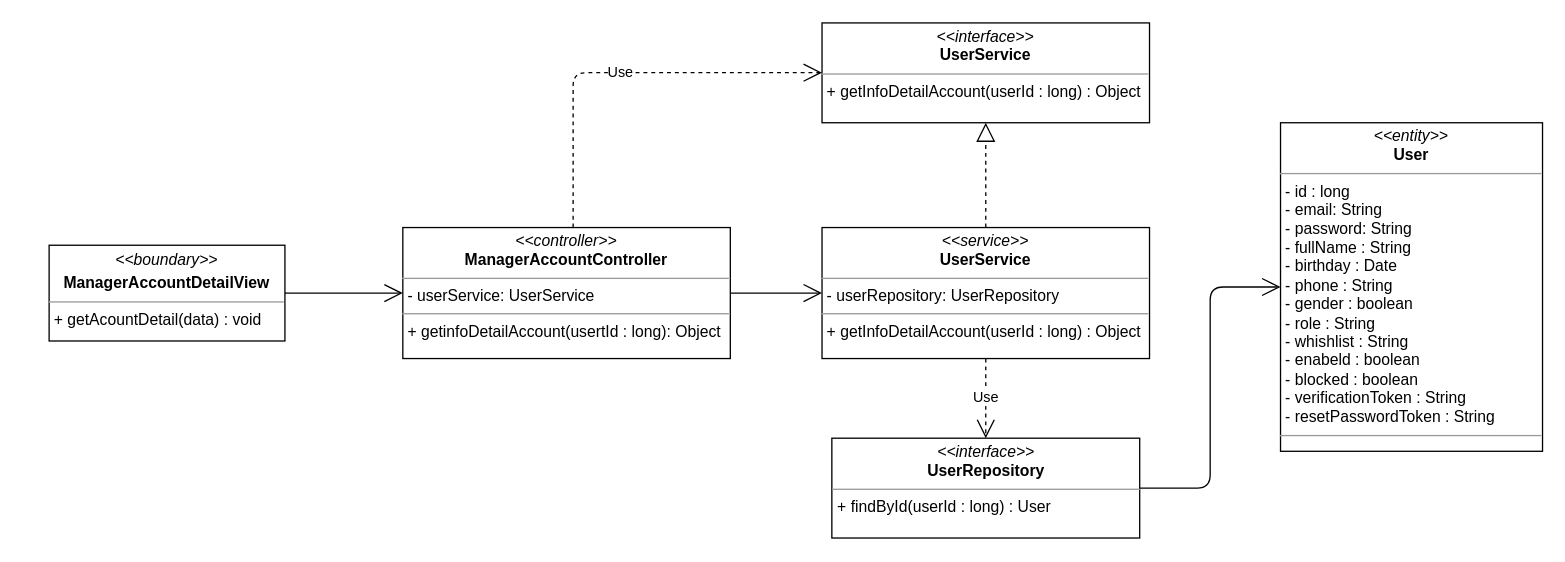
The draw.io diagram class diagram/manager-userDetail-class-diagram.drawio in nguyenphamvan/datn_20202, before the edit. Source tidied: cells renumbered, new cells numbered last; positions are measured from the earlier drawing's top-left corner, leaving out a move shared by most shapes. Both pictures are drawn from the tidied source at 131%, with x=0, y=0 at pixel (48, 22).
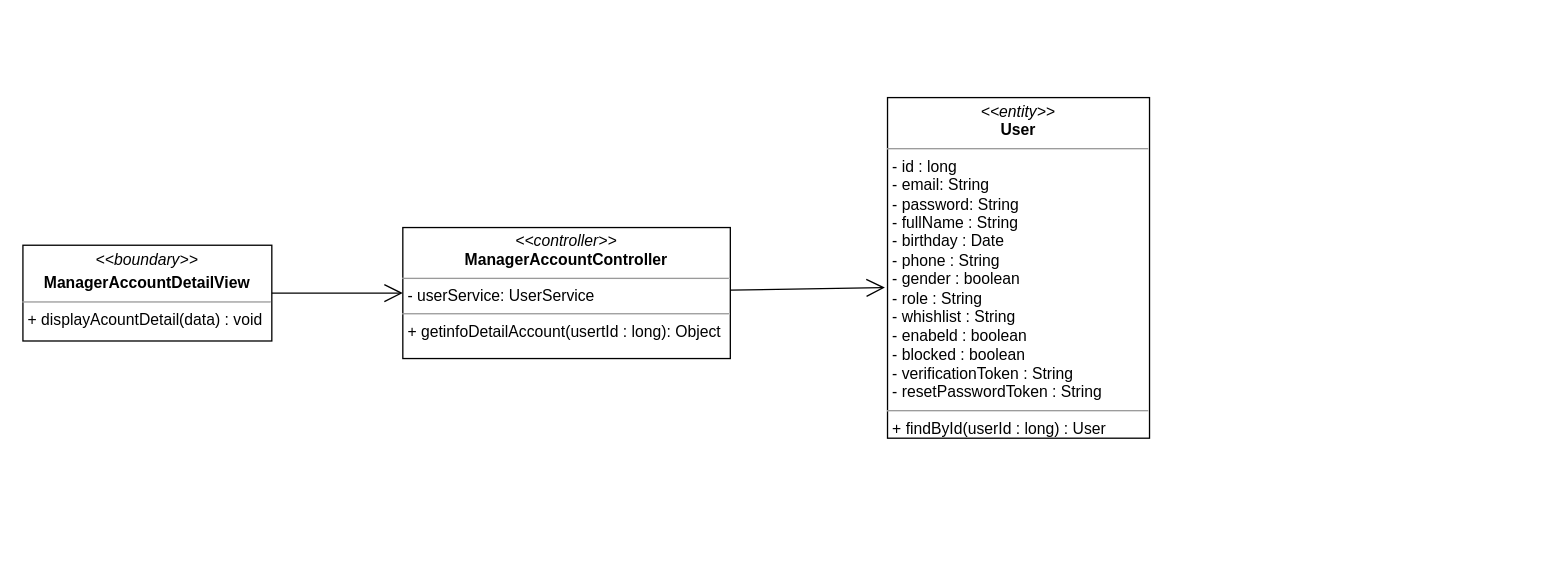
Above is the later version.

What changed in the source:
```diff
@@
 <mxGraphModel>
   <root>
     <mxCell id="0" />
     <mxCell id="1" parent="0" />
-    <mxCell id="2" value="&lt;p style=&quot;margin: 0px ; margin-top: 4px ; text-align: center&quot;&gt;&lt;i&gt;&amp;lt;&amp;lt;boundary&amp;gt;&amp;gt;&lt;/i&gt;&lt;/p&gt;&lt;p style=&quot;margin: 0px ; margin-top: 4px ; text-align: center&quot;&gt;&lt;b&gt;ManagerAccountDetailView&lt;/b&gt;&lt;/p&gt;&lt;hr size=&quot;1&quot;&gt;&lt;p style=&quot;margin: 0px ; margin-left: 4px&quot;&gt;&lt;span&gt;+ getAcountDetail(data) : void&lt;/span&gt;&lt;br&gt;&lt;/p&gt;" style="verticalAlign=top;align=left;overflow=fill;fontSize=12;fontFamily=Helvetica;html=1;" parent="1" vertex="1">
-      <mxGeometry y="169.7" width="180" height="73.1" as="geometry" />
+    <mxCell id="2" value="&lt;p style=&quot;margin: 0px ; margin-top: 4px ; text-align: center&quot;&gt;&lt;i&gt;&amp;lt;&amp;lt;boundary&amp;gt;&amp;gt;&lt;/i&gt;&lt;/p&gt;&lt;p style=&quot;margin: 0px ; margin-top: 4px ; text-align: center&quot;&gt;&lt;b&gt;ManagerAccountDetailView&lt;/b&gt;&lt;/p&gt;&lt;hr size=&quot;1&quot;&gt;&lt;p style=&quot;margin: 0px ; margin-left: 4px&quot;&gt;&lt;span&gt;+ displayAcountDetail(data) : void&lt;/span&gt;&lt;br&gt;&lt;/p&gt;" style="verticalAlign=top;align=left;overflow=fill;fontSize=12;fontFamily=Helvetica;html=1;" parent="1" vertex="1">
+      <mxGeometry x="-20" y="169.7" width="190" height="73.1" as="geometry" />
     </mxCell>
     <mxCell id="3" style="endArrow=open;endFill=1;endSize=12;html=1;entryX=0;entryY=0.5;entryDx=0;entryDy=0;exitX=1;exitY=0.5;exitDx=0;exitDy=0;" parent="1" edge="1" source="2" target="8">
       <mxGeometry relative="1" as="geometry" />
     </mxCell>
-    <mxCell id="4" style="endArrow=open;endFill=1;endSize=12;html=1;entryX=0;entryY=0.5;entryDx=0;entryDy=0;exitX=1;exitY=0.5;exitDx=0;exitDy=0;edgeStyle=orthogonalEdgeStyle;" parent="1" edge="1" source="6" target="5">
-      <mxGeometry relative="1" as="geometry" />
-    </mxCell>
-    <mxCell id="5" value="&lt;p style=&quot;margin: 0px ; margin-top: 4px ; text-align: center&quot;&gt;&lt;i&gt;&amp;lt;&amp;lt;entity&amp;gt;&amp;gt;&lt;/i&gt;&lt;br&gt;&lt;b&gt;User&lt;/b&gt;&lt;/p&gt;&lt;hr size=&quot;1&quot;&gt;&lt;p style=&quot;margin: 0px ; margin-left: 4px&quot;&gt;- id : long&lt;/p&gt;&lt;p style=&quot;margin: 0px ; margin-left: 4px&quot;&gt;- email: String&lt;br&gt;- password: String&lt;/p&gt;&lt;p style=&quot;margin: 0px ; margin-left: 4px&quot;&gt;- fullName : String&lt;/p&gt;&lt;p style=&quot;margin: 0px ; margin-left: 4px&quot;&gt;- birthday : Date&lt;/p&gt;&lt;p style=&quot;margin: 0px ; margin-left: 4px&quot;&gt;- phone : String&lt;/p&gt;&lt;p style=&quot;margin: 0px ; margin-left: 4px&quot;&gt;- gender : boolean&lt;/p&gt;&lt;p style=&quot;margin: 0px ; margin-left: 4px&quot;&gt;- role : String&lt;/p&gt;&lt;p style=&quot;margin: 0px ; margin-left: 4px&quot;&gt;- whishlist : String&lt;/p&gt;&lt;p style=&quot;margin: 0px ; margin-left: 4px&quot;&gt;- enabeld : boolean&lt;/p&gt;&lt;p style=&quot;margin: 0px ; margin-left: 4px&quot;&gt;- blocked : boolean&lt;/p&gt;&lt;p style=&quot;margin: 0px ; margin-left: 4px&quot;&gt;- verificationToken : String&lt;/p&gt;&lt;p style=&quot;margin: 0px ; margin-left: 4px&quot;&gt;- resetPasswordToken : String&lt;/p&gt;&lt;hr size=&quot;1&quot;&gt;&lt;p style=&quot;margin: 0px ; margin-left: 4px&quot;&gt;&lt;br&gt;&lt;/p&gt;" style="verticalAlign=top;align=left;overflow=fill;fontSize=12;fontFamily=Helvetica;html=1;" parent="1" vertex="1">
-      <mxGeometry x="940" y="76.2" width="200" height="250.8" as="geometry" />
+    <mxCell id="5" value="&lt;p style=&quot;margin: 0px ; margin-top: 4px ; text-align: center&quot;&gt;&lt;i&gt;&amp;lt;&amp;lt;entity&amp;gt;&amp;gt;&lt;/i&gt;&lt;br&gt;&lt;b&gt;User&lt;/b&gt;&lt;/p&gt;&lt;hr size=&quot;1&quot;&gt;&lt;p style=&quot;margin: 0px ; margin-left: 4px&quot;&gt;- id : long&lt;/p&gt;&lt;p style=&quot;margin: 0px ; margin-left: 4px&quot;&gt;- email: String&lt;br&gt;- password: String&lt;/p&gt;&lt;p style=&quot;margin: 0px ; margin-left: 4px&quot;&gt;- fullName : String&lt;/p&gt;&lt;p style=&quot;margin: 0px ; margin-left: 4px&quot;&gt;- birthday : Date&lt;/p&gt;&lt;p style=&quot;margin: 0px ; margin-left: 4px&quot;&gt;- phone : String&lt;/p&gt;&lt;p style=&quot;margin: 0px ; margin-left: 4px&quot;&gt;- gender : boolean&lt;/p&gt;&lt;p style=&quot;margin: 0px ; margin-left: 4px&quot;&gt;- role : String&lt;/p&gt;&lt;p style=&quot;margin: 0px ; margin-left: 4px&quot;&gt;- whishlist : String&lt;/p&gt;&lt;p style=&quot;margin: 0px ; margin-left: 4px&quot;&gt;- enabeld : boolean&lt;/p&gt;&lt;p style=&quot;margin: 0px ; margin-left: 4px&quot;&gt;- blocked : boolean&lt;/p&gt;&lt;p style=&quot;margin: 0px ; margin-left: 4px&quot;&gt;- verificationToken : String&lt;/p&gt;&lt;p style=&quot;margin: 0px ; margin-left: 4px&quot;&gt;- resetPasswordToken : String&lt;/p&gt;&lt;hr size=&quot;1&quot;&gt;&lt;p style=&quot;margin: 0px ; margin-left: 4px&quot;&gt;+ findById(userId : long) : User&amp;nbsp;&lt;/p&gt;" style="verticalAlign=top;align=left;overflow=fill;fontSize=12;fontFamily=Helvetica;html=1;" parent="1" vertex="1">
+      <mxGeometry x="640" y="57" width="200" height="260" as="geometry" />
     </mxCell>
-    <mxCell id="6" value="&lt;p style=&quot;margin: 0px ; margin-top: 4px ; text-align: center&quot;&gt;&lt;i&gt;&amp;lt;&amp;lt;interface&amp;gt;&amp;gt;&lt;/i&gt;&lt;br&gt;&lt;b&gt;UserRepository&lt;/b&gt;&lt;/p&gt;&lt;hr size=&quot;1&quot;&gt;&lt;p style=&quot;margin: 0px ; margin-left: 4px&quot;&gt;+ findById(userId : long) : User&lt;/p&gt;" style="verticalAlign=top;align=left;overflow=fill;fontSize=12;fontFamily=Helvetica;html=1;" parent="1" vertex="1">
-      <mxGeometry x="597.5" y="317" width="235" height="76.2" as="geometry" />
-    </mxCell>
-    <mxCell id="7" value="&lt;p style=&quot;margin: 0px ; margin-top: 4px ; text-align: center&quot;&gt;&lt;i&gt;&amp;lt;&amp;lt;interface&amp;gt;&amp;gt;&lt;/i&gt;&lt;br&gt;&lt;b&gt;UserService&lt;/b&gt;&lt;/p&gt;&lt;hr size=&quot;1&quot;&gt;&lt;p style=&quot;margin: 0px ; margin-left: 4px&quot;&gt;+ getInfoDetailAccount(userId : long) : Object&lt;/p&gt;" style="verticalAlign=top;align=left;overflow=fill;fontSize=12;fontFamily=Helvetica;html=1;" parent="1" vertex="1">
-      <mxGeometry x="590" width="250" height="76.2" as="geometry" />
-    </mxCell>
     <mxCell id="8" value="&lt;p style=&quot;margin: 0px ; margin-top: 4px ; text-align: center&quot;&gt;&lt;i&gt;&amp;lt;&amp;lt;controller&amp;gt;&amp;gt;&lt;/i&gt;&lt;br&gt;&lt;b&gt;ManagerAccountController&lt;/b&gt;&lt;br&gt;&lt;/p&gt;&lt;hr size=&quot;1&quot;&gt;&lt;p style=&quot;margin: 0px ; margin-left: 4px&quot;&gt;- userService: UserService&lt;br&gt;&lt;/p&gt;&lt;hr size=&quot;1&quot;&gt;&lt;p style=&quot;margin: 0px ; margin-left: 4px&quot;&gt;+ getinfoDetailAccount(usertId : long): Object&lt;br&gt;&lt;/p&gt;" style="verticalAlign=top;align=left;overflow=fill;fontSize=12;fontFamily=Helvetica;html=1;" parent="1" vertex="1">
       <mxGeometry x="270" y="156.2" width="250" height="100" as="geometry" />
     </mxCell>
-    <mxCell id="9" value="&lt;p style=&quot;margin: 0px ; margin-top: 4px ; text-align: center&quot;&gt;&lt;i&gt;&amp;lt;&amp;lt;service&amp;gt;&amp;gt;&lt;/i&gt;&lt;br&gt;&lt;b&gt;UserService&lt;/b&gt;&lt;/p&gt;&lt;hr size=&quot;1&quot;&gt;&lt;p style=&quot;margin: 0px ; margin-left: 4px&quot;&gt;- userRepository: UserRepository&lt;br&gt;&lt;/p&gt;&lt;hr size=&quot;1&quot;&gt;&lt;p style=&quot;margin: 0px ; margin-left: 4px&quot;&gt;+ getInfoDetailAccount(userId : long) : Object&lt;br&gt;&lt;/p&gt;" style="verticalAlign=top;align=left;overflow=fill;fontSize=12;fontFamily=Helvetica;html=1;" parent="1" vertex="1">
-      <mxGeometry x="590" y="156.2" width="250" height="100" as="geometry" />
-    </mxCell>
-    <mxCell id="10" value="Use" style="endArrow=open;endSize=12;dashed=1;html=1;edgeStyle=orthogonalEdgeStyle;" parent="1" edge="1" source="8" target="7">
-      <mxGeometry relative="1" as="geometry">
-        <Array as="points">
-          <mxPoint x="400" y="38" />
-        </Array>
-      </mxGeometry>
-    </mxCell>
-    <mxCell id="11" style="endArrow=block;dashed=1;endFill=0;endSize=12;html=1;" parent="1" edge="1" source="9" target="7">
-      <mxGeometry relative="1" as="geometry" />
-    </mxCell>
-    <mxCell id="12" value="Use" style="endArrow=open;endSize=12;dashed=1;html=1;" parent="1" edge="1" source="9" target="6">
-      <mxGeometry relative="1" as="geometry" />
-    </mxCell>
-    <mxCell id="13" style="endArrow=open;endFill=1;endSize=12;html=1;" parent="1" edge="1" source="8" target="9">
-      <mxGeometry relative="1" as="geometry" />
+    <mxCell id="13" style="endArrow=open;endFill=1;endSize=12;html=1;" parent="1" edge="1" source="8">
+      <mxGeometry relative="1" as="geometry">
+        <mxPoint x="638" y="202" as="targetPoint" />
+      </mxGeometry>
     </mxCell>
   </root>
 </mxGraphModel>
```
